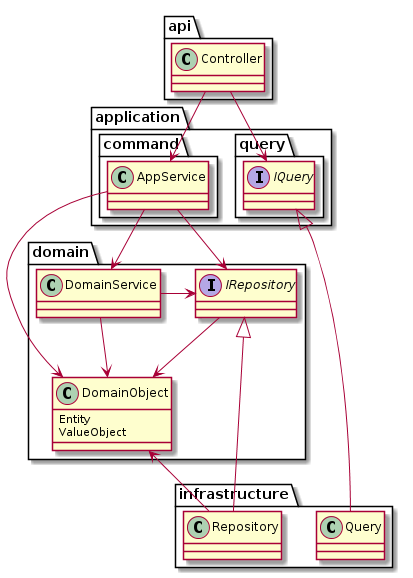
Above: modeling/LayerStructure/LayerStructure.png in TakashiOnawa/ddd-practice-studio-reservation (PlantUML), before the change. Its diagram source:
```plantuml
@startuml LayerStructure

package domain
{
    interface IRepository
    class DomainService
    class DomainObject
    {
        Entity
        ValueObject
    }
}

package application
{
    package command {
        class AppService
    }

    package query {
        interface IQuery
    }
}


package infrastructure
{
    class Repository
    class Query
}

package api
{
    class Controller
}

DomainService -> IRepository
DomainService --> DomainObject
IRepository --> DomainObject

AppService --> IRepository
AppService --> DomainObject
AppService --> DomainService

IRepository <|---- Repository
IQuery <|---- Query
Repository --> DomainObject

Controller --> AppService
Controller --> IQuery

@enduml
```
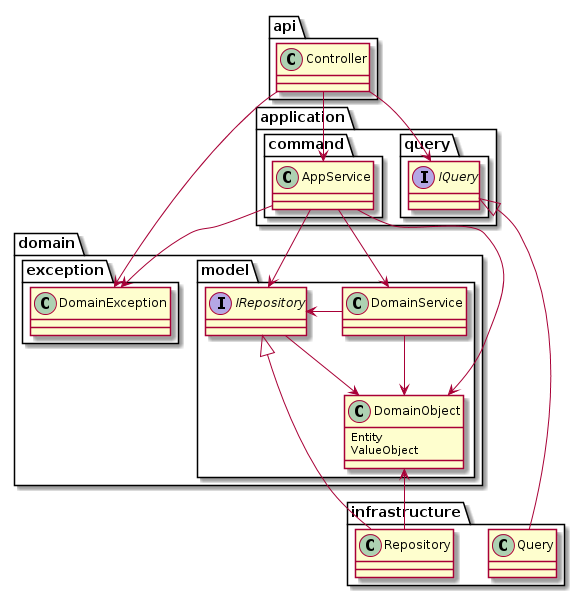
Above is the later version.

Diff of the diagram source:
```diff
@@ -2,12 +2,18 @@
 
 package domain
 {
-    interface IRepository
-    class DomainService
-    class DomainObject
-    {
-        Entity
-        ValueObject
+    package model {
+        interface IRepository
+        class DomainService
+        class DomainObject
+        {
+            Entity
+            ValueObject
+        }
+    }
+
+    package exception {
+        class DomainException
     }
 }
 
@@ -41,6 +47,7 @@
 AppService --> IRepository
 AppService --> DomainObject
 AppService --> DomainService
+AppService --> DomainException
 
 IRepository <|---- Repository
 IQuery <|---- Query
@@ -48,5 +55,6 @@
 
 Controller --> AppService
 Controller --> IQuery
+Controller --> DomainException
 
 @enduml
```
